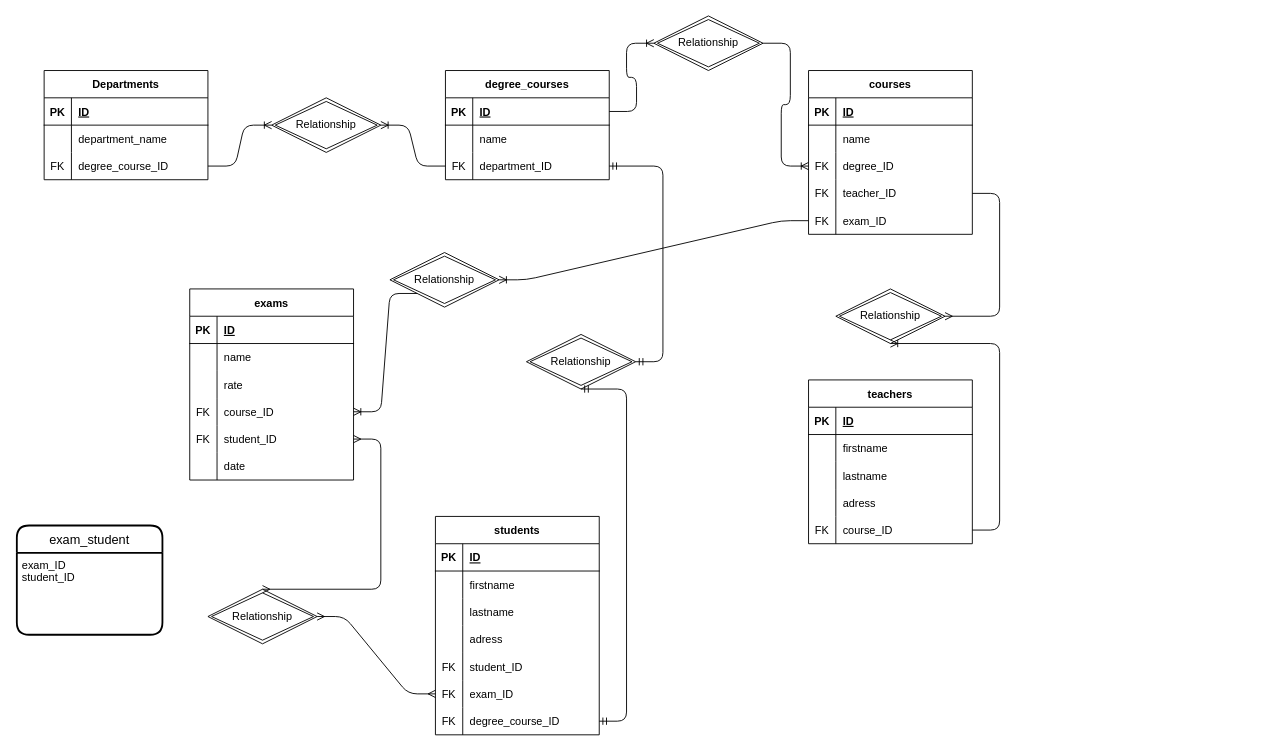
The draw.io diagram university.drawio in ManuelTrappolini/db-university, before the edit. Source tidied: cells renumbered, new cells numbered last; positions are measured from the earlier drawing's top-left corner, leaving out a move shared by most shapes. Both pictures are drawn from the tidied source at 91%, with x=0, y=0 at pixel (16, 15).
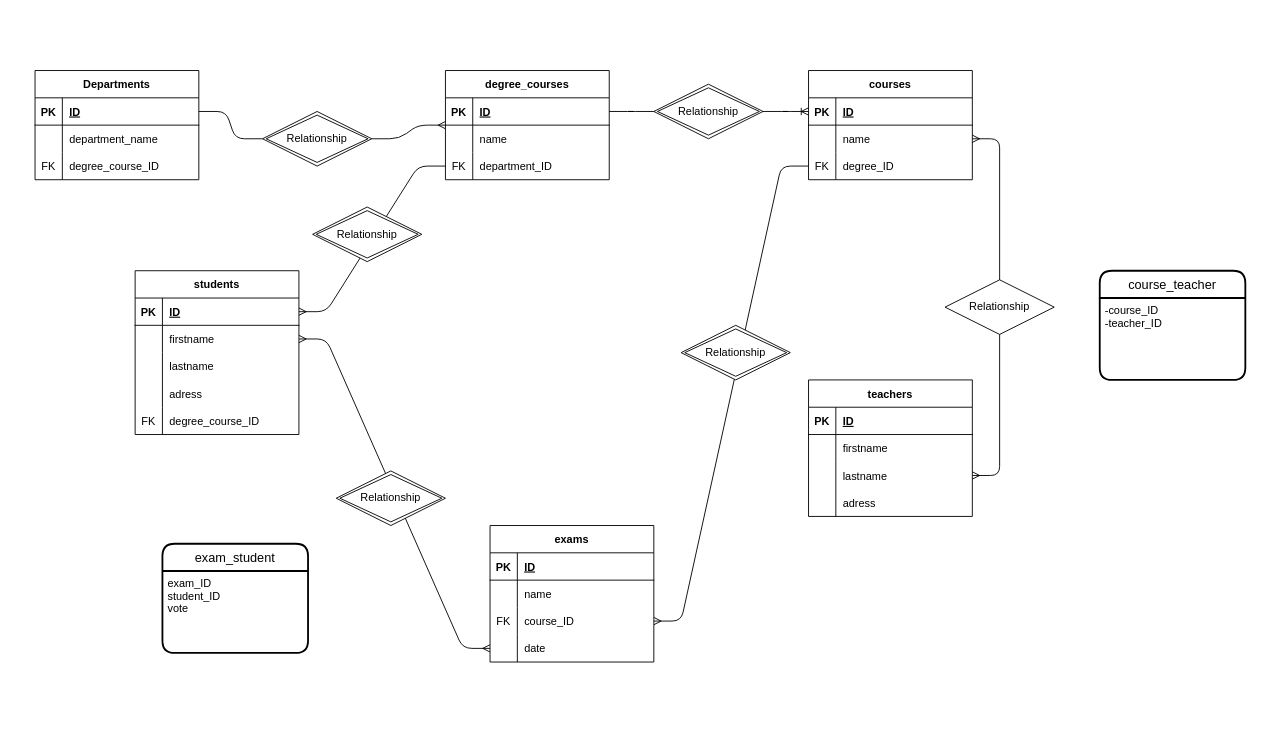
The same diagram, later.

Unchanged cells that the change refers to:
```xml
<mxCell id="3" style="shape=tableRow;horizontal=0;startSize=0;swimlaneHead=0;swimlaneBody=0;fillColor=none;points=[[0,0.5],[1,0.5]];portConstraint=eastwest;top=0;left=0;right=0;bottom=1;" parent="2" vertex="1">
  <mxGeometry y="30" width="180" height="30" as="geometry" />
</mxCell>
<mxCell id="9" style="shape=tableRow;horizontal=0;startSize=0;swimlaneHead=0;swimlaneBody=0;fillColor=none;points=[[0,0.5],[1,0.5]];portConstraint=eastwest;top=0;left=0;right=0;bottom=0;" parent="2" vertex="1">
  <mxGeometry y="90" width="180" height="30" as="geometry" />
</mxCell>
<mxCell id="13" value="degree_courses" style="shape=table;startSize=30;childLayout=tableLayout;rowLines=0;fontStyle=1;align=center;" parent="1" vertex="1">
  <mxGeometry x="471" y="60" width="180" height="120" as="geometry" />
</mxCell>
<mxCell id="14" style="shape=tableRow;horizontal=0;startSize=0;swimlaneHead=0;swimlaneBody=0;fillColor=none;points=[[0,0.5],[1,0.5]];portConstraint=eastwest;top=0;left=0;right=0;bottom=1;" parent="13" vertex="1">
  <mxGeometry y="30" width="180" height="30" as="geometry" />
</mxCell>
<mxCell id="20" style="shape=tableRow;horizontal=0;startSize=0;swimlaneHead=0;swimlaneBody=0;fillColor=none;points=[[0,0.5],[1,0.5]];portConstraint=eastwest;top=0;left=0;right=0;bottom=0;" parent="13" vertex="1">
  <mxGeometry y="90" width="180" height="30" as="geometry" />
</mxCell>
<mxCell id="26" style="shape=tableRow;horizontal=0;startSize=0;swimlaneHead=0;swimlaneBody=0;fillColor=none;points=[[0,0.5],[1,0.5]];portConstraint=eastwest;top=0;left=0;right=0;bottom=1;" parent="25" vertex="1">
  <mxGeometry y="30" width="180" height="30" as="geometry" />
</mxCell>
<mxCell id="29" style="shape=tableRow;horizontal=0;startSize=0;swimlaneHead=0;swimlaneBody=0;fillColor=none;points=[[0,0.5],[1,0.5]];portConstraint=eastwest;top=0;left=0;right=0;bottom=0;" parent="25" vertex="1">
  <mxGeometry y="60" width="180" height="30" as="geometry" />
</mxCell>
<mxCell id="32" style="shape=tableRow;horizontal=0;startSize=0;swimlaneHead=0;swimlaneBody=0;fillColor=none;points=[[0,0.5],[1,0.5]];portConstraint=eastwest;top=0;left=0;right=0;bottom=0;" parent="25" vertex="1">
  <mxGeometry y="90" width="180" height="30" as="geometry" />
</mxCell>
<mxCell id="51" style="shape=tableRow;horizontal=0;startSize=0;swimlaneHead=0;swimlaneBody=0;fillColor=none;points=[[0,0.5],[1,0.5]];portConstraint=eastwest;top=0;left=0;right=0;bottom=0;" parent="44" vertex="1">
  <mxGeometry y="90" width="180" height="30" as="geometry" />
</mxCell>
<mxCell id="84" style="shape=tableRow;horizontal=0;startSize=0;swimlaneHead=0;swimlaneBody=0;fillColor=none;points=[[0,0.5],[1,0.5]];portConstraint=eastwest;top=0;left=0;right=0;bottom=1;" parent="83" vertex="1">
  <mxGeometry y="30" width="180" height="30" as="geometry" />
</mxCell>
<mxCell id="87" style="shape=tableRow;horizontal=0;startSize=0;swimlaneHead=0;swimlaneBody=0;fillColor=none;points=[[0,0.5],[1,0.5]];portConstraint=eastwest;top=0;left=0;right=0;bottom=0;" parent="83" vertex="1">
  <mxGeometry y="60" width="180" height="30" as="geometry" />
</mxCell>
```

Diff of the diagram source:
```diff
@@
     <mxCell id="2" value="Departments" style="shape=table;startSize=30;childLayout=tableLayout;rowLines=0;fontStyle=1;align=center;" parent="1" vertex="1">
-      <mxGeometry x="30" y="60" width="180" height="120" as="geometry" />
+      <mxGeometry x="20" y="60" width="180" height="120" as="geometry" />
     </mxCell>
@@
-    <mxCell id="12" value="Relationship" style="shape=rhombus;double=1;perimeter=rhombusPerimeter;whiteSpace=wrap;html=1;align=center;" parent="1" vertex="1">
-      <mxGeometry x="280" y="90" width="120" height="60" as="geometry" />
-    </mxCell>
@@
-    <mxCell id="23" style="edgeStyle=entityRelationEdgeStyle;fontSize=12;html=1;endArrow=ERoneToMany;exitX=1;exitY=0.5;exitDx=0;exitDy=0;" parent="1" edge="1" source="9" target="12">
-      <mxGeometry relative="1" as="geometry" />
-    </mxCell>
-    <mxCell id="24" style="edgeStyle=entityRelationEdgeStyle;fontSize=12;html=1;endArrow=ERoneToMany;exitX=0;exitY=0.5;exitDx=0;exitDy=0;" parent="1" edge="1" source="20" target="12">
-      <mxGeometry relative="1" as="geometry" />
-    </mxCell>
     <mxCell id="25" value="courses" style="shape=table;startSize=30;childLayout=tableLayout;rowLines=0;fontStyle=1;align=center;" parent="1" vertex="1">
-      <mxGeometry x="870" y="60" width="180" height="180" as="geometry" />
+      <mxGeometry x="870" y="60" width="180" height="120" as="geometry" />
     </mxCell>
@@
-    <mxCell id="35" style="shape=tableRow;horizontal=0;startSize=0;swimlaneHead=0;swimlaneBody=0;fillColor=none;points=[[0,0.5],[1,0.5]];portConstraint=eastwest;top=0;left=0;right=0;bottom=0;" parent="25" vertex="1">
-      <mxGeometry y="120" width="180" height="30" as="geometry" />
-    </mxCell>
-    <mxCell id="36" value="FK" style="shape=partialRectangle;fillColor=none;top=0;left=0;bottom=0;right=0;overflow=hidden;" parent="35" vertex="1">
-      <mxGeometry width="30" height="30" as="geometry" />
-    </mxCell>
-    <mxCell id="37" value="teacher_ID" style="shape=partialRectangle;fillColor=none;top=0;left=0;bottom=0;right=0;align=left;spacingLeft=6;overflow=hidden;" parent="35" vertex="1">
-      <mxGeometry x="30" width="150" height="30" as="geometry" />
-    </mxCell>
-    <mxCell id="38" style="shape=tableRow;horizontal=0;startSize=0;swimlaneHead=0;swimlaneBody=0;fillColor=none;points=[[0,0.5],[1,0.5]];portConstraint=eastwest;top=0;left=0;right=0;bottom=0;" parent="25" vertex="1">
-      <mxGeometry y="150" width="180" height="30" as="geometry" />
-    </mxCell>
-    <mxCell id="39" value="FK" style="shape=partialRectangle;fillColor=none;top=0;left=0;bottom=0;right=0;overflow=hidden;" parent="38" vertex="1">
-      <mxGeometry width="30" height="30" as="geometry" />
-    </mxCell>
-    <mxCell id="40" value="exam_ID" style="shape=partialRectangle;fillColor=none;top=0;left=0;bottom=0;right=0;align=left;spacingLeft=6;overflow=hidden;" parent="38" vertex="1">
-      <mxGeometry x="30" width="150" height="30" as="geometry" />
-    </mxCell>
-    <mxCell id="41" value="Relationship" style="shape=rhombus;double=1;perimeter=rhombusPerimeter;whiteSpace=wrap;html=1;align=center;" parent="1" vertex="1">
-      <mxGeometry x="700" width="120" height="60" as="geometry" />
-    </mxCell>
-    <mxCell id="42" style="edgeStyle=entityRelationEdgeStyle;fontSize=12;html=1;endArrow=ERoneToMany;" parent="1" edge="1" source="14" target="41">
+    <mxCell id="42" style="edgeStyle=entityRelationEdgeStyle;fontSize=12;html=1;endArrow=ERoneToMany;startArrow=none;" parent="1" edge="1" source="125" target="26">
       <mxGeometry relative="1" as="geometry" />
     </mxCell>
-    <mxCell id="43" style="edgeStyle=entityRelationEdgeStyle;fontSize=12;html=1;endArrow=ERoneToMany;" parent="1" edge="1" source="41" target="32">
-      <mxGeometry relative="1" as="geometry" />
-    </mxCell>
     <mxCell id="44" value="teachers" style="shape=table;startSize=30;childLayout=tableLayout;rowLines=0;fontStyle=1;align=center;" parent="1" vertex="1">
-      <mxGeometry x="870" y="400" width="180" height="180" as="geometry" />
+      <mxGeometry x="870" y="400" width="180" height="150" as="geometry" />
     </mxCell>
@@
-    <mxCell id="57" style="shape=tableRow;horizontal=0;startSize=0;swimlaneHead=0;swimlaneBody=0;fillColor=none;points=[[0,0.5],[1,0.5]];portConstraint=eastwest;top=0;left=0;right=0;bottom=0;" parent="44" vertex="1">
-      <mxGeometry y="150" width="180" height="30" as="geometry" />
-    </mxCell>
-    <mxCell id="58" value="FK" style="shape=partialRectangle;fillColor=none;top=0;left=0;bottom=0;right=0;overflow=hidden;" parent="57" vertex="1">
-      <mxGeometry width="30" height="30" as="geometry" />
-    </mxCell>
-    <mxCell id="59" value="course_ID" style="shape=partialRectangle;fillColor=none;top=0;left=0;bottom=0;right=0;align=left;spacingLeft=6;overflow=hidden;" parent="57" vertex="1">
-      <mxGeometry x="30" width="150" height="30" as="geometry" />
-    </mxCell>
-    <mxCell id="60" value="Relationship" style="shape=rhombus;double=1;perimeter=rhombusPerimeter;whiteSpace=wrap;html=1;align=center;" parent="1" vertex="1">
-      <mxGeometry x="900" y="300" width="120" height="60" as="geometry" />
-    </mxCell>
     <mxCell id="61" value="exams" style="shape=table;startSize=30;childLayout=tableLayout;rowLines=0;fontStyle=1;align=center;" parent="1" vertex="1">
-      <mxGeometry x="190" y="300" width="180" height="210" as="geometry" />
+      <mxGeometry x="520" y="560" width="180" height="150" as="geometry" />
     </mxCell>
@@
-    <mxCell id="68" style="shape=tableRow;horizontal=0;startSize=0;swimlaneHead=0;swimlaneBody=0;fillColor=none;top=0;left=0;right=0;bottom=0;" parent="61" vertex="1">
-      <mxGeometry y="90" width="180" height="30" as="geometry" />
-    </mxCell>
-    <mxCell id="69" style="shape=partialRectangle;fillColor=none;top=0;left=0;bottom=0;right=0;overflow=hidden;" parent="68" vertex="1">
-      <mxGeometry width="30" height="30" as="geometry" />
-    </mxCell>
-    <mxCell id="70" value="rate" style="shape=partialRectangle;fillColor=none;top=0;left=0;bottom=0;right=0;align=left;spacingLeft=6;overflow=hidden;" parent="68" vertex="1">
-      <mxGeometry x="30" width="150" height="30" as="geometry" />
-    </mxCell>
     <mxCell id="71" style="shape=tableRow;horizontal=0;startSize=0;swimlaneHead=0;swimlaneBody=0;fillColor=none;points=[[0,0.5],[1,0.5]];portConstraint=eastwest;top=0;left=0;right=0;bottom=0;" parent="61" vertex="1">
-      <mxGeometry y="120" width="180" height="30" as="geometry" />
+      <mxGeometry y="90" width="180" height="30" as="geometry" />
     </mxCell>
@@
-    <mxCell id="74" style="shape=tableRow;horizontal=0;startSize=0;swimlaneHead=0;swimlaneBody=0;fillColor=none;points=[[0,0.5],[1,0.5]];portConstraint=eastwest;top=0;left=0;right=0;bottom=0;" parent="61" vertex="1">
-      <mxGeometry y="150" width="180" height="30" as="geometry" />
-    </mxCell>
-    <mxCell id="75" value="FK" style="shape=partialRectangle;fillColor=none;top=0;left=0;bottom=0;right=0;overflow=hidden;" parent="74" vertex="1">
-      <mxGeometry width="30" height="30" as="geometry" />
-    </mxCell>
-    <mxCell id="76" value="student_ID" style="shape=partialRectangle;fillColor=none;top=0;left=0;bottom=0;right=0;align=left;spacingLeft=6;overflow=hidden;" parent="74" vertex="1">
-      <mxGeometry x="30" width="150" height="30" as="geometry" />
-    </mxCell>
     <mxCell id="77" style="shape=tableRow;horizontal=0;startSize=0;swimlaneHead=0;swimlaneBody=0;fillColor=none;points=[[0,0.5],[1,0.5]];portConstraint=eastwest;top=0;left=0;right=0;bottom=0;" parent="61" vertex="1">
-      <mxGeometry y="180" width="180" height="30" as="geometry" />
+      <mxGeometry y="120" width="180" height="30" as="geometry" />
     </mxCell>
@@
-    <mxCell id="80" value="Relationship" style="shape=rhombus;double=1;perimeter=rhombusPerimeter;whiteSpace=wrap;html=1;align=center;" parent="1" vertex="1">
-      <mxGeometry x="410" y="260" width="120" height="60" as="geometry" />
-    </mxCell>
-    <mxCell id="81" style="edgeStyle=entityRelationEdgeStyle;fontSize=12;html=1;endArrow=ERoneToMany;" parent="1" edge="1" source="38" target="80">
-      <mxGeometry relative="1" as="geometry" />
-    </mxCell>
-    <mxCell id="82" style="edgeStyle=entityRelationEdgeStyle;fontSize=12;html=1;endArrow=ERoneToMany;exitX=0;exitY=1;exitDx=0;exitDy=0;" parent="1" edge="1" source="80" target="71">
-      <mxGeometry relative="1" as="geometry" />
-    </mxCell>
     <mxCell id="83" value="students" style="shape=table;startSize=30;childLayout=tableLayout;rowLines=0;fontStyle=1;align=center;" parent="1" vertex="1">
-      <mxGeometry x="460" y="550" width="180" height="240" as="geometry" />
+      <mxGeometry x="130" y="280" width="180" height="180" as="geometry" />
     </mxCell>
@@
-    <mxCell id="96" style="shape=tableRow;horizontal=0;startSize=0;swimlaneHead=0;swimlaneBody=0;fillColor=none;top=0;left=0;right=0;bottom=0;" parent="83" vertex="1">
-      <mxGeometry y="150" width="180" height="30" as="geometry" />
-    </mxCell>
-    <mxCell id="97" value="FK" style="shape=partialRectangle;fillColor=none;top=0;left=0;bottom=0;right=0;overflow=hidden;" parent="96" vertex="1">
-      <mxGeometry width="30" height="30" as="geometry" />
-    </mxCell>
-    <mxCell id="98" value="student_ID" style="shape=partialRectangle;fillColor=none;top=0;left=0;bottom=0;right=0;align=left;spacingLeft=6;overflow=hidden;" parent="96" vertex="1">
-      <mxGeometry x="30" width="150" height="30" as="geometry" />
-    </mxCell>
-    <mxCell id="99" style="shape=tableRow;horizontal=0;startSize=0;swimlaneHead=0;swimlaneBody=0;fillColor=none;points=[[0,0.5],[1,0.5]];portConstraint=eastwest;top=0;left=0;right=0;bottom=0;" parent="83" vertex="1">
-      <mxGeometry y="180" width="180" height="30" as="geometry" />
-    </mxCell>
-    <mxCell id="100" value="FK" style="shape=partialRectangle;fillColor=none;top=0;left=0;bottom=0;right=0;overflow=hidden;" parent="99" vertex="1">
-      <mxGeometry width="30" height="30" as="geometry" />
-    </mxCell>
-    <mxCell id="101" value="exam_ID" style="shape=partialRectangle;fillColor=none;top=0;left=0;bottom=0;right=0;align=left;spacingLeft=6;overflow=hidden;" parent="99" vertex="1">
-      <mxGeometry x="30" width="150" height="30" as="geometry" />
-    </mxCell>
     <mxCell id="102" style="shape=tableRow;horizontal=0;startSize=0;swimlaneHead=0;swimlaneBody=0;fillColor=none;points=[[0,0.5],[1,0.5]];portConstraint=eastwest;top=0;left=0;right=0;bottom=0;" parent="83" vertex="1">
-      <mxGeometry y="210" width="180" height="30" as="geometry" />
+      <mxGeometry y="150" width="180" height="30" as="geometry" />
     </mxCell>
@@
-    <mxCell id="105" value="Relationship" style="shape=rhombus;double=1;perimeter=rhombusPerimeter;whiteSpace=wrap;html=1;align=center;" parent="1" vertex="1">
-      <mxGeometry x="210" y="630" width="120" height="60" as="geometry" />
-    </mxCell>
-    <mxCell id="106" value="Relationship" style="shape=rhombus;double=1;perimeter=rhombusPerimeter;whiteSpace=wrap;html=1;align=center;" parent="1" vertex="1">
-      <mxGeometry x="560" y="350" width="120" height="60" as="geometry" />
-    </mxCell>
-    <mxCell id="107" style="edgeStyle=entityRelationEdgeStyle;fontSize=12;html=1;endArrow=ERmandOne;startArrow=ERmandOne;" parent="1" edge="1" source="106" target="20">
-      <mxGeometry relative="1" as="geometry" />
-    </mxCell>
-    <mxCell id="108" style="edgeStyle=entityRelationEdgeStyle;fontSize=12;html=1;endArrow=ERmandOne;startArrow=ERmandOne;entryX=0.5;entryY=1;entryDx=0;entryDy=0;" parent="1" edge="1" source="102" target="106">
-      <mxGeometry relative="1" as="geometry" />
-    </mxCell>
-    <mxCell id="109" style="edgeStyle=entityRelationEdgeStyle;fontSize=12;html=1;endArrow=ERmany;startArrow=ERmany;exitX=0;exitY=0.5;exitDx=0;exitDy=0;" parent="1" edge="1" source="99" target="105">
-      <mxGeometry relative="1" as="geometry" />
-    </mxCell>
-    <mxCell id="110" style="edgeStyle=entityRelationEdgeStyle;fontSize=12;html=1;endArrow=ERmany;startArrow=ERmany;exitX=0.5;exitY=0;exitDx=0;exitDy=0;" parent="1" edge="1" source="105" target="74">
-      <mxGeometry relative="1" as="geometry" />
-    </mxCell>
     <mxCell id="111" value="exam_student" style="swimlane;horizontal=1;startSize=30;rounded=1;fontSize=14;fontStyle=0;strokeWidth=2;shadow=0;dashed=0;align=center;" parent="1" vertex="1">
-      <mxGeometry y="560" width="160" height="120" as="geometry" />
+      <mxGeometry x="160" y="580" width="160" height="120" as="geometry" />
     </mxCell>
-    <mxCell id="112" value="exam_ID&#10;student_ID" style="align=left;strokeColor=none;fillColor=none;spacingLeft=4;fontSize=12;verticalAlign=top;" parent="111" vertex="1">
+    <mxCell id="112" value="exam_ID&#10;student_ID&#10;vote" style="align=left;strokeColor=none;fillColor=none;spacingLeft=4;fontSize=12;verticalAlign=top;" parent="111" vertex="1">
       <mxGeometry y="30" width="160" height="90" as="geometry" />
     </mxCell>
-    <mxCell id="113" style="edgeStyle=entityRelationEdgeStyle;fontSize=12;html=1;endArrow=ERmany;entryX=1;entryY=0.5;entryDx=0;entryDy=0;" parent="1" edge="1" source="35" target="60">
-      <mxGeometry relative="1" as="geometry" />
-    </mxCell>
-    <mxCell id="114" style="edgeStyle=entityRelationEdgeStyle;fontSize=12;html=1;endArrow=ERoneToMany;entryX=0.5;entryY=1;entryDx=0;entryDy=0;" parent="1" edge="1" source="57" target="60">
-      <mxGeometry relative="1" as="geometry" />
-    </mxCell>
+    <mxCell id="115" style="edgeStyle=entityRelationEdgeStyle;fontSize=12;html=1;endArrow=ERmany;exitX=1;exitY=0.5;exitDx=0;exitDy=0;startArrow=none;" parent="1" edge="1" source="117" target="13">
+      <mxGeometry relative="1" as="geometry" />
+    </mxCell>
+    <mxCell id="116" style="edgeStyle=entityRelationEdgeStyle;fontSize=12;html=1;endArrow=none;exitX=1;exitY=0.5;exitDx=0;exitDy=0;entryX=0;entryY=0.5;entryDx=0;entryDy=0;" parent="1" edge="1" source="3" target="117">
+      <mxGeometry relative="1" as="geometry" />
+    </mxCell>
+    <mxCell id="117" value="Relationship" style="shape=rhombus;double=1;perimeter=rhombusPerimeter;whiteSpace=wrap;html=1;align=center;" parent="1" vertex="1">
+      <mxGeometry x="270" y="105" width="120" height="60" as="geometry" />
+    </mxCell>
+    <mxCell id="118" value="course_teacher" style="swimlane;horizontal=1;startSize=30;rounded=1;fontSize=14;fontStyle=0;strokeWidth=2;shadow=0;dashed=0;align=center;" parent="1" vertex="1">
+      <mxGeometry x="1190" y="280" width="160" height="120" as="geometry" />
+    </mxCell>
+    <mxCell id="119" value="-course_ID&#10;-teacher_ID" style="align=left;strokeColor=none;fillColor=none;spacingLeft=4;fontSize=12;verticalAlign=top;" parent="118" vertex="1">
+      <mxGeometry y="30" width="160" height="90" as="geometry" />
+    </mxCell>
+    <mxCell id="120" style="edgeStyle=entityRelationEdgeStyle;fontSize=12;html=1;endArrow=ERmany;startArrow=ERmany;" parent="1" edge="1" source="87" target="77">
+      <mxGeometry relative="1" as="geometry" />
+    </mxCell>
+    <mxCell id="121" value="Relationship" style="shape=rhombus;double=1;perimeter=rhombusPerimeter;whiteSpace=wrap;html=1;align=center;" parent="1" vertex="1">
+      <mxGeometry x="351" y="500" width="120" height="60" as="geometry" />
+    </mxCell>
+    <mxCell id="122" style="edgeStyle=entityRelationEdgeStyle;fontSize=12;html=1;endArrow=ERmany;" parent="1" edge="1" source="20" target="84">
+      <mxGeometry relative="1" as="geometry" />
+    </mxCell>
+    <mxCell id="123" value="Relationship" style="shape=rhombus;double=1;perimeter=rhombusPerimeter;whiteSpace=wrap;html=1;align=center;" parent="1" vertex="1">
+      <mxGeometry x="325" y="210" width="120" height="60" as="geometry" />
+    </mxCell>
+    <mxCell id="124" style="edgeStyle=entityRelationEdgeStyle;fontSize=12;html=1;endArrow=none;" parent="1" edge="1" source="14" target="125">
+      <mxGeometry relative="1" as="geometry" />
+    </mxCell>
+    <mxCell id="125" value="Relationship" style="shape=rhombus;double=1;perimeter=rhombusPerimeter;whiteSpace=wrap;html=1;align=center;" parent="1" vertex="1">
+      <mxGeometry x="700" y="75" width="120" height="60" as="geometry" />
+    </mxCell>
+    <mxCell id="126" style="edgeStyle=entityRelationEdgeStyle;fontSize=12;html=1;endArrow=ERmany;startArrow=ERmany;" parent="1" edge="1" source="51" target="29">
+      <mxGeometry relative="1" as="geometry" />
+    </mxCell>
+    <mxCell id="127" value="Relationship" style="shape=rhombus;perimeter=rhombusPerimeter;whiteSpace=wrap;html=1;align=center;" parent="1" vertex="1">
+      <mxGeometry x="1020" y="290" width="120" height="60" as="geometry" />
+    </mxCell>
+    <mxCell id="128" style="edgeStyle=entityRelationEdgeStyle;fontSize=12;html=1;endArrow=ERmany;startArrow=none;" parent="1" edge="1" source="32" target="71">
+      <mxGeometry relative="1" as="geometry" />
+    </mxCell>
+    <mxCell id="129" value="Relationship" style="shape=rhombus;double=1;perimeter=rhombusPerimeter;whiteSpace=wrap;html=1;align=center;" parent="1" vertex="1">
+      <mxGeometry x="730" y="340" width="120" height="60" as="geometry" />
+    </mxCell>
```
